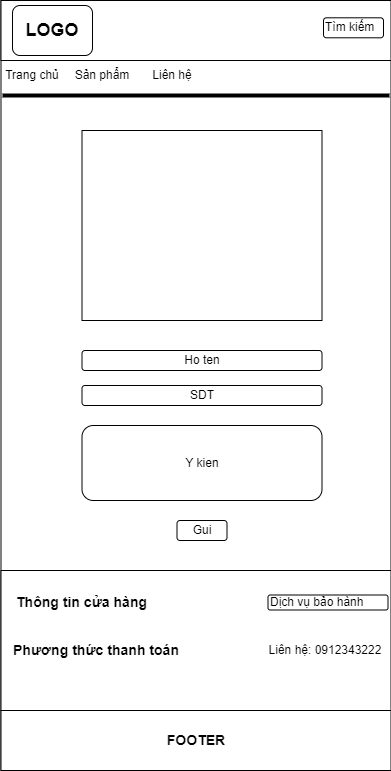
NguyenHocPH36330/Web106_HocNC keeps this draw.io diagram as img/Lien he-MOBILE.png. Above is the earlier version. Source tidied: cells renumbered, new cells last; positions are measured from the earlier drawing's top-left corner, leaving out a move shared by most shapes.
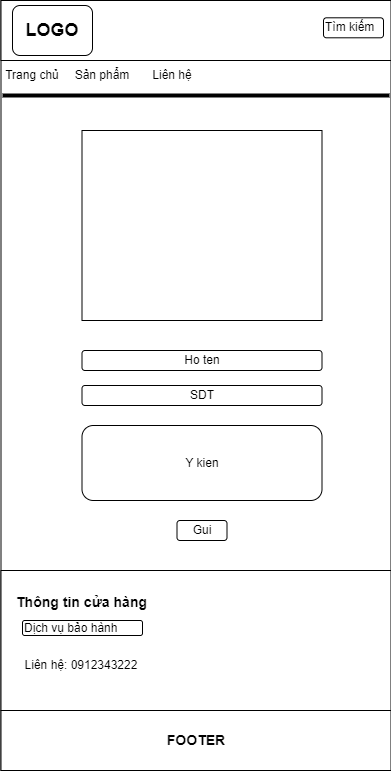
Above is the later version.

Diff of the diagram source:
```diff
@@ -27,16 +27,13 @@
       <mxGeometry x="-0.5" y="570" width="390" height="140" as="geometry" />
     </mxCell>
     <mxCell id="10" value="Dịch vụ bảo hành" style="rounded=1;whiteSpace=wrap;html=1;align=left;" parent="1" vertex="1">
-      <mxGeometry x="266.5" y="594.5" width="120" height="15" as="geometry" />
+      <mxGeometry x="21" y="620" width="120" height="15" as="geometry" />
     </mxCell>
-    <mxCell id="11" value="&lt;h3&gt;Phương thức thanh toán&lt;/h3&gt;" style="text;html=1;align=center;verticalAlign=middle;whiteSpace=wrap;rounded=0;" parent="1" vertex="1">
-      <mxGeometry x="9.5" y="635" width="170" height="30" as="geometry" />
-    </mxCell>
     <mxCell id="12" value="&lt;h3&gt;Thông tin cửa hàng&lt;/h3&gt;" style="text;html=1;align=left;verticalAlign=middle;whiteSpace=wrap;rounded=0;" parent="1" vertex="1">
       <mxGeometry x="12.5" y="587" width="140" height="30" as="geometry" />
     </mxCell>
     <mxCell id="13" value="Liên hệ: 0912343222" style="text;html=1;align=center;verticalAlign=middle;whiteSpace=wrap;rounded=0;" parent="1" vertex="1">
-      <mxGeometry x="257.5" y="635" width="132" height="30" as="geometry" />
+      <mxGeometry x="13.5" y="650" width="132" height="30" as="geometry" />
     </mxCell>
     <mxCell id="14" style="rounded=0;whiteSpace=wrap;html=1;" parent="1" vertex="1">
       <mxGeometry x="-0.5" width="390" height="60" as="geometry" />
```
